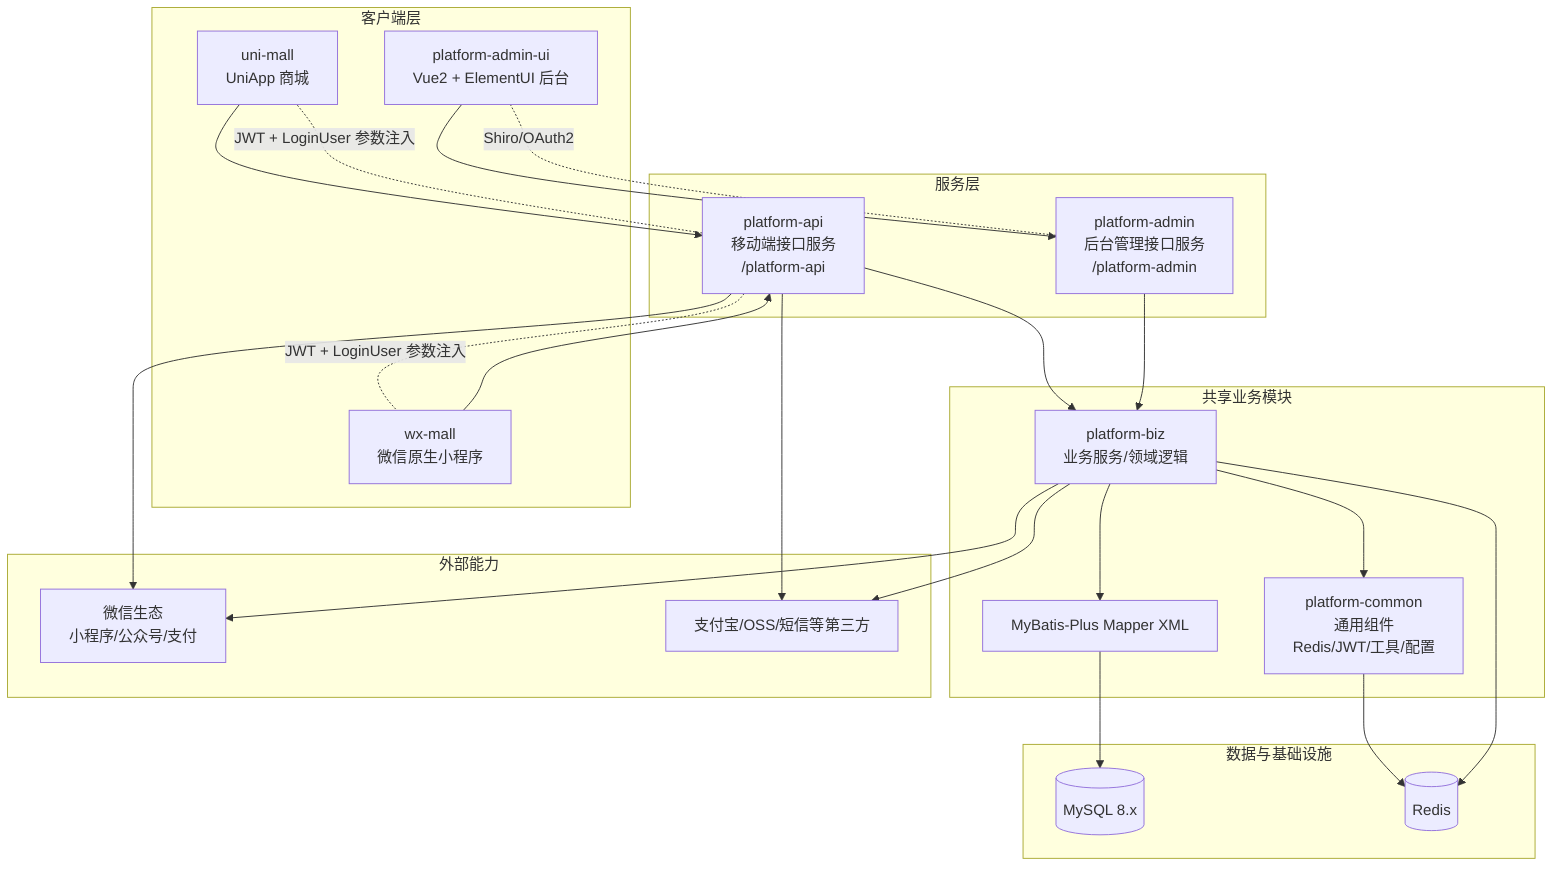
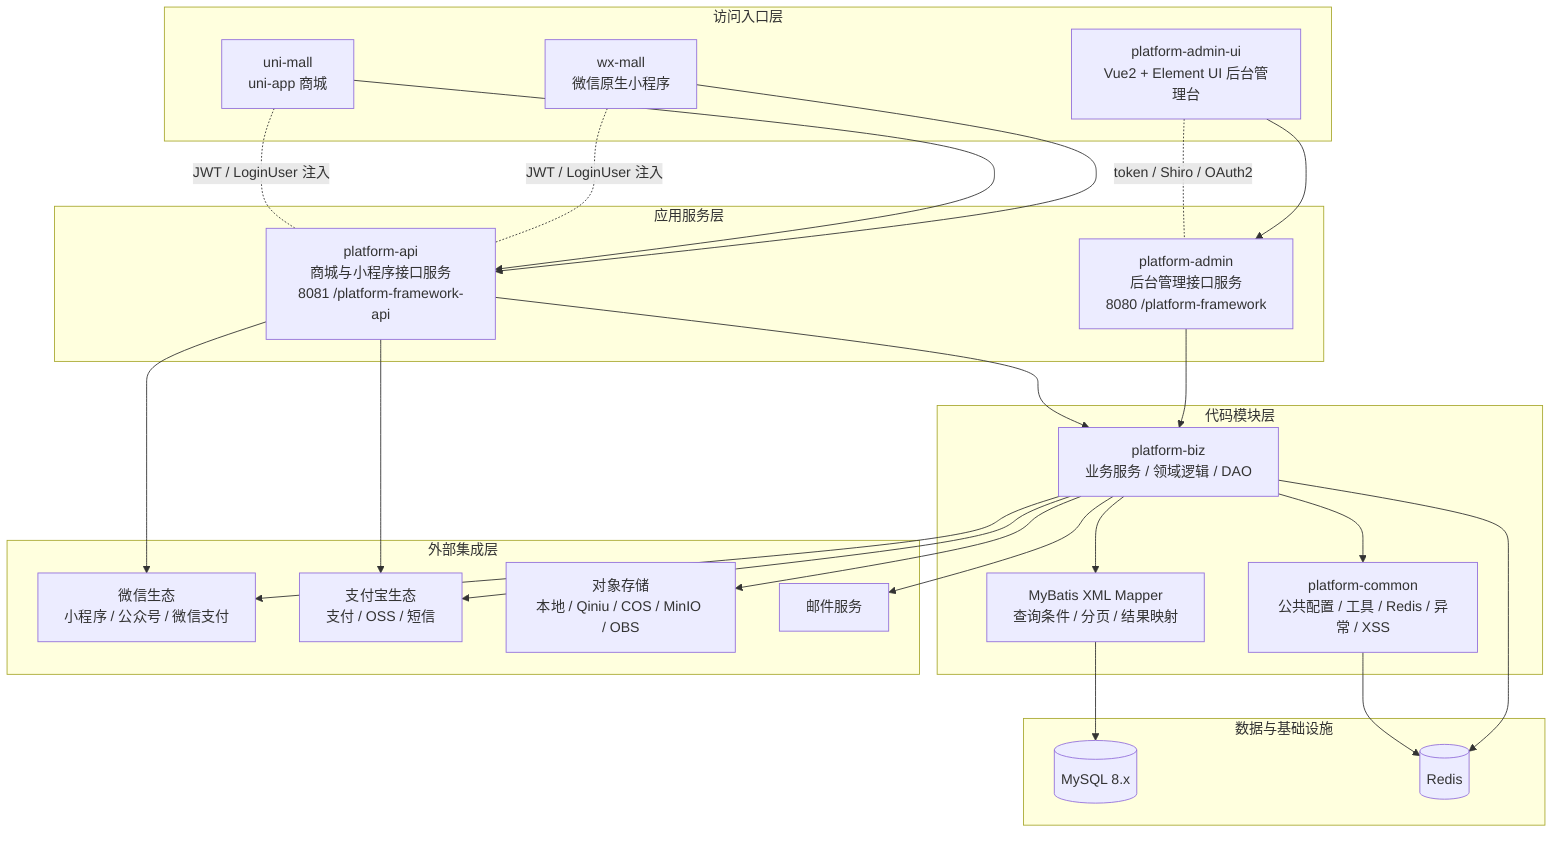
flowchart TB
-   %% ===== Client Layer =====
-   subgraph C[客户端层]
-     U1[uni-mall<br/>UniApp 商城]
-     U2[wx-mall<br/>微信原生小程序]
-     A1[platform-admin-ui<br/>Vue2 + ElementUI 后台]
+   subgraph C[访问入口层]
+     AUI[platform-admin-ui<br/>Vue2 + Element UI 后台管理台]
+     WM[wx-mall<br/>微信原生小程序]
+     UM[uni-mall<br/>uni-app 商城]
  end

-   %% ===== Gateway / Service Layer =====
-   subgraph S[服务层]
-     API[platform-api<br/>移动端接口服务<br/>/platform-api]
-     ADM[platform-admin<br/>后台管理接口服务<br/>/platform-admin]
+   subgraph S[应用服务层]
+     ADM[platform-admin<br/>后台管理接口服务<br/>8080 /platform-framework]
+     API[platform-api<br/>商城与小程序接口服务<br/>8081 /platform-framework-api]
  end

-   %% ===== Core Modules =====
-   subgraph M[共享业务模块]
-     BIZ[platform-biz<br/>业务服务/领域逻辑]
-     COM[platform-common<br/>通用组件<br/>Redis/JWT/工具/配置]
-     MP[MyBatis-Plus Mapper XML]
+   subgraph M[代码模块层]
+     BIZ[platform-biz<br/>业务服务 / 领域逻辑 / DAO]
+     XML[MyBatis XML Mapper<br/>查询条件 / 分页 / 结果映射]
+     COM[platform-common<br/>公共配置 / 工具 / Redis / 异常 / XSS]
  end

-   %% ===== Data Layer =====
  subgraph D[数据与基础设施]
    MYSQL[(MySQL 8.x)]
    REDIS[(Redis)]
  end

-   %% ===== External Integrations =====
-   subgraph X[外部能力]
-     WX[微信生态<br/>小程序/公众号/支付]
-     ALI[支付宝/OSS/短信等第三方]
+   subgraph X[外部集成层]
+     WX[微信生态<br/>小程序 / 公众号 / 微信支付]
+     ALI[支付宝生态<br/>支付 / OSS / 短信]
+     OSS[对象存储<br/>本地 / Qiniu / COS / MinIO / OBS]
+     MAIL[邮件服务]
  end

-   %% ===== Main Calls =====
-   U1 --> API
-   U2 --> API
-   A1 --> ADM
+   AUI --> ADM
+   WM --> API
+   UM --> API

+   ADM --> BIZ
  API --> BIZ
-   ADM --> BIZ
+   BIZ --> XML
  BIZ --> COM
-   BIZ --> MP
-   MP --> MYSQL
+   XML --> MYSQL
+   BIZ --> REDIS
  COM --> REDIS
-   BIZ --> REDIS

  API --> WX
  BIZ --> WX
  API --> ALI
  BIZ --> ALI
+   BIZ --> OSS
+   BIZ --> MAIL

-   %% ===== Auth =====
-   API -. JWT + LoginUser 参数注入 .- U1
-   API -. JWT + LoginUser 参数注入 .- U2
-   ADM -. Shiro/OAuth2 .- A1
+   AUI -. token / Shiro / OAuth2 .- ADM
+   WM -. JWT / LoginUser 注入 .- API
+   UM -. JWT / LoginUser 注入 .- API
